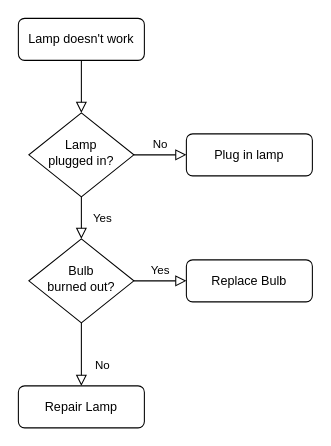
paolocromerazz/Test keeps this draw.io diagram as Untitled Diagram.drawio. Above is the earlier version. Source tidied: cells renumbered, new cells numbered last; positions are measured from the earlier drawing's top-left corner, leaving out a move shared by most shapes. Both pictures are drawn from the tidied source at 105%, with x=0, y=0 at pixel (18, 18).
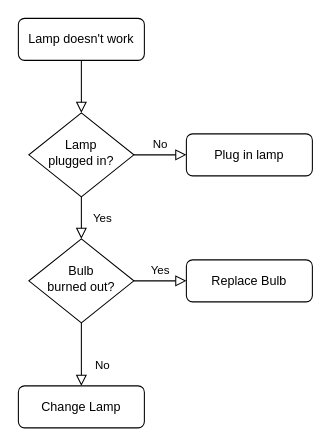
The same page after the edit.

Diff of the diagram source:
```diff
@@
 <mxGraphModel>
   <root>
     <mxCell id="0" />
     <mxCell id="1" parent="0" />
     <mxCell id="2" style="rounded=0;html=1;jettySize=auto;fontSize=11;endArrow=block;endFill=0;endSize=8;strokeWidth=1;shadow=0;labelBackgroundColor=none;edgeStyle=orthogonalEdgeStyle;" parent="1" edge="1" source="3" target="6">
       <mxGeometry relative="1" as="geometry" />
     </mxCell>
     <mxCell id="3" value="Lamp doesn't work" style="rounded=1;whiteSpace=wrap;html=1;fontSize=12;glass=0;strokeWidth=1;shadow=0;" parent="1" vertex="1">
       <mxGeometry width="120" height="40" as="geometry" />
     </mxCell>
     <mxCell id="4" value="Yes" style="rounded=0;html=1;jettySize=auto;fontSize=11;endArrow=block;endFill=0;endSize=8;strokeWidth=1;shadow=0;labelBackgroundColor=none;edgeStyle=orthogonalEdgeStyle;" parent="1" edge="1" source="6" target="10">
       <mxGeometry y="20" relative="1" as="geometry" />
     </mxCell>
     <mxCell id="5" value="No" style="edgeStyle=orthogonalEdgeStyle;rounded=0;html=1;jettySize=auto;fontSize=11;endArrow=block;endFill=0;endSize=8;strokeWidth=1;shadow=0;labelBackgroundColor=none;" parent="1" edge="1" source="6" target="7">
       <mxGeometry y="10" relative="1" as="geometry" />
     </mxCell>
     <mxCell id="6" value="Lamp&lt;br&gt;plugged in?" style="rhombus;whiteSpace=wrap;html=1;shadow=0;fontFamily=Helvetica;fontSize=12;align=center;strokeWidth=1;spacing=6;spacingTop=-4;" parent="1" vertex="1">
       <mxGeometry x="10" y="90" width="100" height="80" as="geometry" />
     </mxCell>
     <mxCell id="7" value="Plug in lamp" style="rounded=1;whiteSpace=wrap;html=1;fontSize=12;glass=0;strokeWidth=1;shadow=0;" parent="1" vertex="1">
       <mxGeometry x="160" y="110" width="120" height="40" as="geometry" />
     </mxCell>
     <mxCell id="8" value="No" style="rounded=0;html=1;jettySize=auto;fontSize=11;endArrow=block;endFill=0;endSize=8;strokeWidth=1;shadow=0;labelBackgroundColor=none;edgeStyle=orthogonalEdgeStyle;" parent="1" edge="1" source="10" target="11">
       <mxGeometry x="0.33" y="20" relative="1" as="geometry" />
     </mxCell>
     <mxCell id="9" value="Yes" style="edgeStyle=orthogonalEdgeStyle;rounded=0;html=1;jettySize=auto;fontSize=11;endArrow=block;endFill=0;endSize=8;strokeWidth=1;shadow=0;labelBackgroundColor=none;" parent="1" edge="1" source="10" target="12">
       <mxGeometry y="10" relative="1" as="geometry" />
     </mxCell>
     <mxCell id="10" value="Bulb&lt;br&gt;burned out?" style="rhombus;whiteSpace=wrap;html=1;shadow=0;fontFamily=Helvetica;fontSize=12;align=center;strokeWidth=1;spacing=6;spacingTop=-4;" parent="1" vertex="1">
       <mxGeometry x="10" y="210" width="100" height="80" as="geometry" />
     </mxCell>
-    <mxCell id="11" value="Repair Lamp" style="rounded=1;whiteSpace=wrap;html=1;fontSize=12;glass=0;strokeWidth=1;shadow=0;" parent="1" vertex="1">
+    <mxCell id="11" value="Change Lamp" style="rounded=1;whiteSpace=wrap;html=1;fontSize=12;glass=0;strokeWidth=1;shadow=0;" parent="1" vertex="1">
       <mxGeometry y="350" width="120" height="40" as="geometry" />
     </mxCell>
     <mxCell id="12" value="Replace Bulb" style="rounded=1;whiteSpace=wrap;html=1;fontSize=12;glass=0;strokeWidth=1;shadow=0;" parent="1" vertex="1">
       <mxGeometry x="160" y="230" width="120" height="40" as="geometry" />
     </mxCell>
   </root>
 </mxGraphModel>
```
